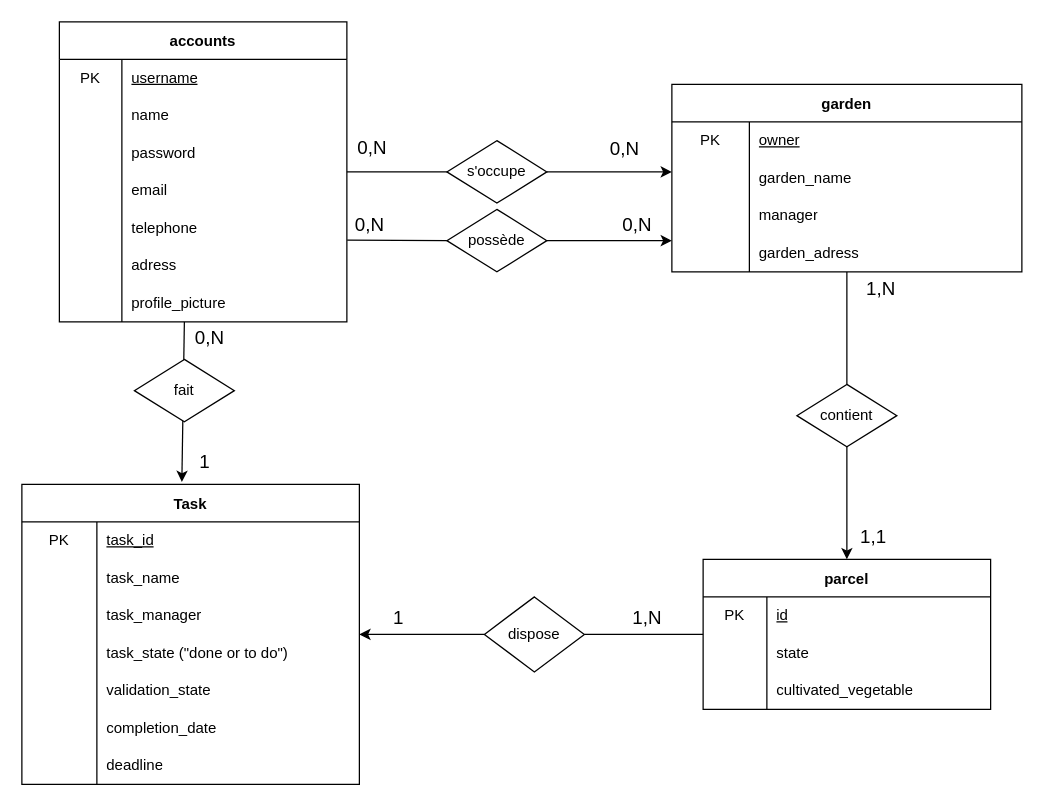
Above: doc/conception/figures/DB/Schema_entite_association_PPIIversion2.drawio in kour0/TheSharedGarden (draw.io), before the change. Source tidied: cells renumbered, new cells numbered last; positions are measured from the earlier drawing's top-left corner, leaving out a move shared by most shapes. Both pictures are drawn from the tidied source at 125%, with x=0, y=0 at pixel (21, 21).
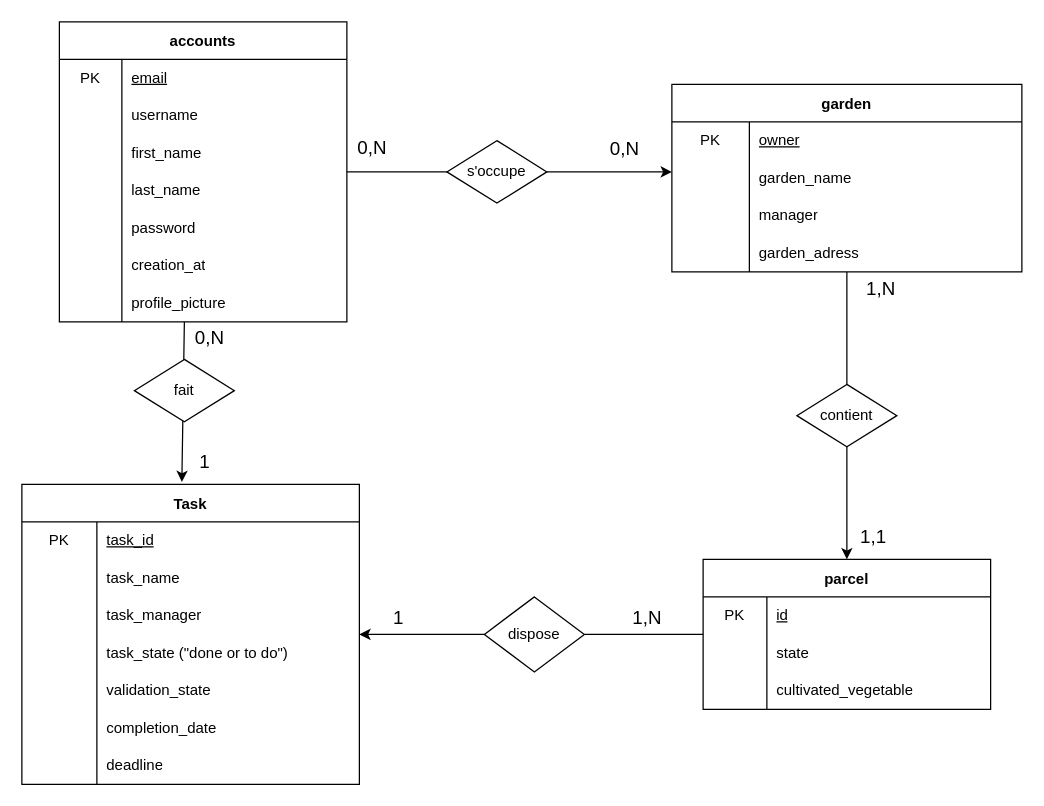
Above is the later version.

The change refers to these unchanged cells:
```xml
<mxCell id="3" style="shape=tableRow;horizontal=0;startSize=0;swimlaneHead=0;swimlaneBody=0;top=0;left=0;bottom=0;right=0;fillColor=none;" parent="2" vertex="1">
  <mxGeometry y="30" width="230" height="30" as="geometry" />
</mxCell>
<mxCell id="6" style="shape=tableRow;horizontal=0;startSize=0;swimlaneHead=0;swimlaneBody=0;top=0;left=0;bottom=0;right=0;fillColor=none;" parent="2" vertex="1">
  <mxGeometry y="60" width="230" height="30" as="geometry" />
</mxCell>
<mxCell id="9" style="shape=tableRow;horizontal=0;startSize=0;swimlaneHead=0;swimlaneBody=0;top=0;left=0;bottom=0;right=0;fillColor=none;" parent="2" vertex="1">
  <mxGeometry y="90" width="230" height="30" as="geometry" />
</mxCell>
<mxCell id="12" style="shape=tableRow;horizontal=0;startSize=0;swimlaneHead=0;swimlaneBody=0;top=0;left=0;bottom=0;right=0;fillColor=none;" parent="2" vertex="1">
  <mxGeometry y="120" width="230" height="30" as="geometry" />
</mxCell>
<mxCell id="15" style="shape=tableRow;horizontal=0;startSize=0;swimlaneHead=0;swimlaneBody=0;top=0;left=0;bottom=0;right=0;fillColor=none;points=[[0,0.5],[1,0.5]];portConstraint=eastwest;" parent="2" vertex="1">
  <mxGeometry y="150" width="230" height="30" as="geometry" />
</mxCell>
<mxCell id="18" style="shape=tableRow;horizontal=0;startSize=0;swimlaneHead=0;swimlaneBody=0;top=0;left=0;bottom=0;right=0;fillColor=none;" parent="2" vertex="1">
  <mxGeometry y="180" width="230" height="30" as="geometry" />
</mxCell>
<mxCell id="26" value="garden" style="shape=table;startSize=30;childLayout=tableLayout;rowLines=0;fontStyle=1;" parent="1" vertex="1">
  <mxGeometry x="520" y="50" width="280" height="150" as="geometry" />
</mxCell>
```

What changed in the source:
```diff
@@
-    <mxCell id="5" value="&lt;u&gt;username&lt;/u&gt;" style="shape=partialRectangle;html=1;whiteSpace=wrap;fillColor=none;top=0;left=0;bottom=0;right=0;align=left;spacingLeft=6;overflow=hidden;" parent="3" vertex="1">
+    <mxCell id="5" value="&lt;u&gt;email&lt;/u&gt;" style="shape=partialRectangle;html=1;whiteSpace=wrap;fillColor=none;top=0;left=0;bottom=0;right=0;align=left;spacingLeft=6;overflow=hidden;" parent="3" vertex="1">
       <mxGeometry x="50" width="180" height="30" as="geometry" />
     </mxCell>
@@
-    <mxCell id="8" value="name" style="shape=partialRectangle;html=1;whiteSpace=wrap;fillColor=none;top=0;left=0;bottom=0;right=0;align=left;spacingLeft=6;overflow=hidden;" parent="6" vertex="1">
+    <mxCell id="8" value="username" style="shape=partialRectangle;html=1;whiteSpace=wrap;fillColor=none;top=0;left=0;bottom=0;right=0;align=left;spacingLeft=6;overflow=hidden;" parent="6" vertex="1">
       <mxGeometry x="50" width="180" height="30" as="geometry" />
     </mxCell>
@@
-    <mxCell id="11" value="password" style="shape=partialRectangle;html=1;whiteSpace=wrap;fillColor=none;top=0;left=0;bottom=0;right=0;align=left;spacingLeft=6;overflow=hidden;" parent="9" vertex="1">
+    <mxCell id="11" value="first_name" style="shape=partialRectangle;html=1;whiteSpace=wrap;fillColor=none;top=0;left=0;bottom=0;right=0;align=left;spacingLeft=6;overflow=hidden;" parent="9" vertex="1">
       <mxGeometry x="50" width="180" height="30" as="geometry" />
     </mxCell>
@@
-    <mxCell id="14" value="email" style="shape=partialRectangle;html=1;whiteSpace=wrap;fillColor=none;top=0;left=0;bottom=0;right=0;align=left;spacingLeft=6;overflow=hidden;" parent="12" vertex="1">
+    <mxCell id="14" value="last_name" style="shape=partialRectangle;html=1;whiteSpace=wrap;fillColor=none;top=0;left=0;bottom=0;right=0;align=left;spacingLeft=6;overflow=hidden;" parent="12" vertex="1">
       <mxGeometry x="50" width="180" height="30" as="geometry" />
     </mxCell>
@@
-    <mxCell id="17" value="telephone" style="shape=partialRectangle;html=1;whiteSpace=wrap;fillColor=none;top=0;left=0;bottom=0;right=0;align=left;spacingLeft=6;overflow=hidden;" parent="15" vertex="1">
+    <mxCell id="17" value="password" style="shape=partialRectangle;html=1;whiteSpace=wrap;fillColor=none;top=0;left=0;bottom=0;right=0;align=left;spacingLeft=6;overflow=hidden;" parent="15" vertex="1">
       <mxGeometry x="50" width="180" height="30" as="geometry" />
     </mxCell>
@@
-    <mxCell id="20" value="adress" style="shape=partialRectangle;html=1;whiteSpace=wrap;fillColor=none;top=0;left=0;bottom=0;right=0;align=left;spacingLeft=6;overflow=hidden;" parent="18" vertex="1">
+    <mxCell id="20" value="creation_at" style="shape=partialRectangle;html=1;whiteSpace=wrap;fillColor=none;top=0;left=0;bottom=0;right=0;align=left;spacingLeft=6;overflow=hidden;" parent="18" vertex="1">
       <mxGeometry x="50" width="180" height="30" as="geometry" />
     </mxCell>
@@
-    <mxCell id="39" style="endArrow=none;html=1;rounded=0;endFill=0;entryX=0;entryY=0.5;entryDx=0;entryDy=0;exitX=1.001;exitY=0.821;exitDx=0;exitDy=0;exitPerimeter=0;" parent="1" edge="1" source="15" target="43">
-      <mxGeometry relative="1" as="geometry" />
-    </mxCell>
-    <mxCell id="40" value="0,N" style="edgeLabel;html=1;align=center;verticalAlign=middle;fontSize=15;" parent="39" vertex="1">
-      <mxGeometry x="0.33" y="-1" relative="1" as="geometry">
-        <mxPoint x="-36" y="-14" as="offset" />
-      </mxGeometry>
-    </mxCell>
-    <mxCell id="41" style="edgeStyle=orthogonalEdgeStyle;rounded=0;jettySize=auto;html=1;fontSize=15;endArrow=classic;endFill=1;" parent="1" edge="1" source="43" target="26">
-      <mxGeometry relative="1" as="geometry">
-        <Array as="points">
-          <mxPoint x="500" y="175" />
-          <mxPoint x="500" y="175" />
-        </Array>
-      </mxGeometry>
-    </mxCell>
-    <mxCell id="42" value="0,N" style="edgeLabel;html=1;align=center;verticalAlign=middle;fontSize=15;" parent="41" vertex="1">
-      <mxGeometry x="-0.37" y="1" relative="1" as="geometry">
-        <mxPoint x="39" y="-13" as="offset" />
-      </mxGeometry>
-    </mxCell>
-    <mxCell id="43" value="possède" style="rhombus;whiteSpace=wrap;html=1;" parent="1" vertex="1">
-      <mxGeometry x="340" y="150" width="80" height="50" as="geometry" />
-    </mxCell>
```
